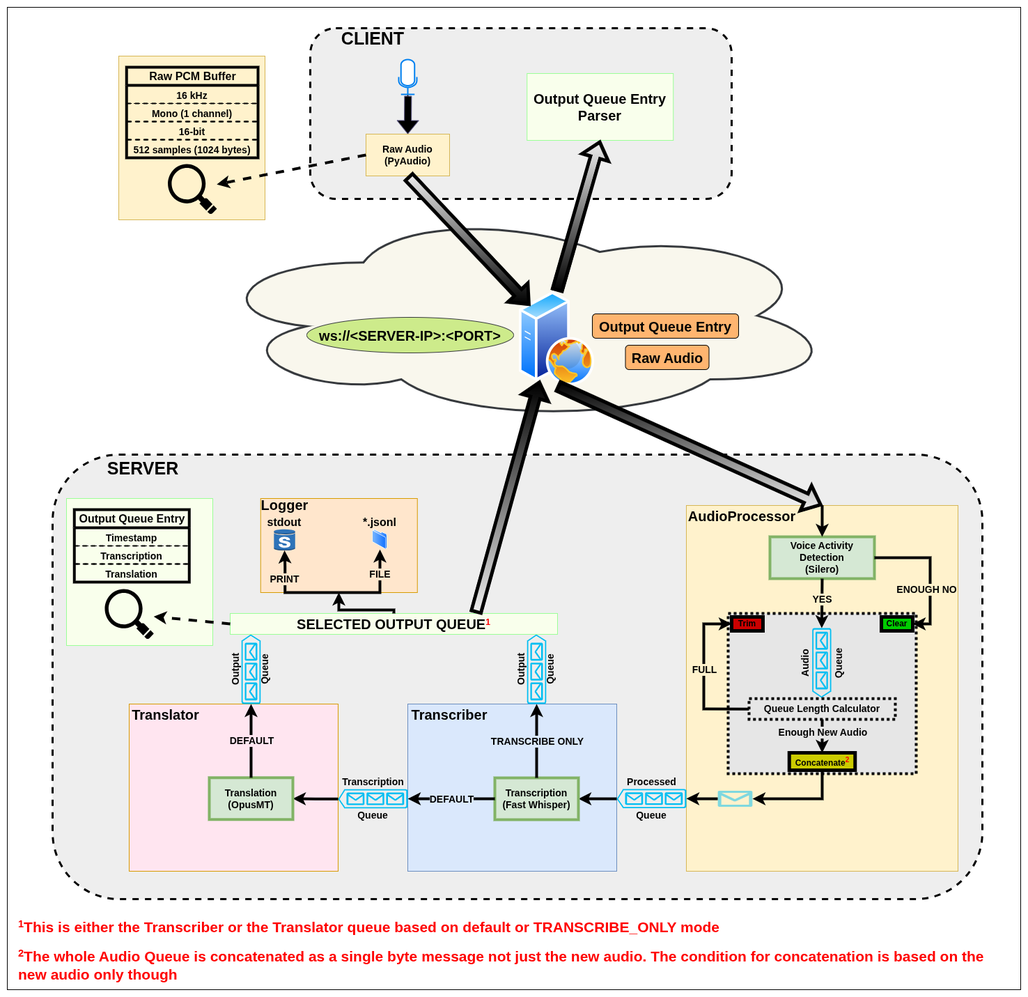
Earlier version of the draw.io export doc/live-translation-pipeline.png (AbdullahHendy/live-translation). Source tidied: cells renumbered, new cells last; positions are measured from the earlier drawing's top-left corner, leaving out a move shared by most shapes.
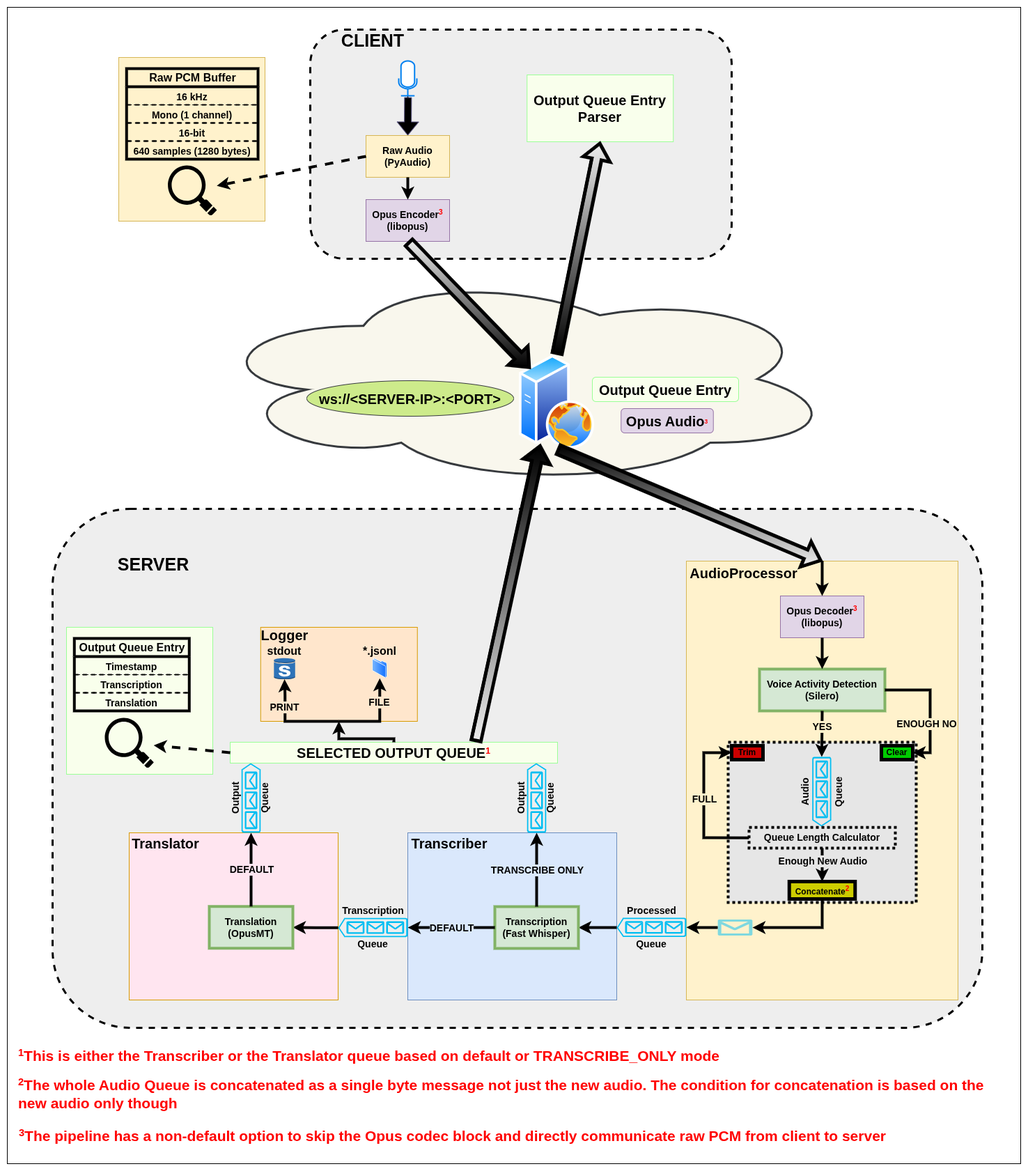
The same diagram one commit later.

Commit message:
updated pipeline diagram doc

What changed in the source:
```diff
@@ -3,22 +3,22 @@
     <mxCell id="0" />
     <mxCell id="1" parent="0" />
     <mxCell id="2" style="rounded=0;whiteSpace=wrap;html=1;" parent="1" vertex="1">
-      <mxGeometry width="1455" height="1410" as="geometry" />
+      <mxGeometry y="-185" width="1455" height="1660" as="geometry" />
     </mxCell>
     <mxCell id="3" style="rounded=1;whiteSpace=wrap;html=1;dashed=1;fillColor=#EEEEEE;strokeWidth=3;" parent="1" vertex="1">
-      <mxGeometry x="65" y="642" width="1335" height="638" as="geometry" />
+      <mxGeometry x="65" y="535" width="1335" height="745" as="geometry" />
     </mxCell>
     <mxCell id="4" style="rounded=0;whiteSpace=wrap;html=1;fillColor=#FFE5F0;strokeColor=#d79b00;fontStyle=1;" parent="1" vertex="1">
       <mxGeometry x="175" y="1000" width="300" height="240" as="geometry" />
     </mxCell>
     <mxCell id="5" style="rounded=0;whiteSpace=wrap;html=1;fillColor=#FFF2CC;strokeColor=#D6B656;fontStyle=1;" parent="1" vertex="1">
-      <mxGeometry x="975" y="715" width="390" height="525" as="geometry" />
+      <mxGeometry x="975" y="610" width="390" height="630" as="geometry" />
     </mxCell>
     <mxCell id="6" value="&lt;font style=&quot;font-size: 20px;&quot;&gt;&lt;span style=&quot;&quot;&gt;AudioProcessor&lt;/span&gt;&lt;/font&gt;" style="text;html=1;align=center;verticalAlign=middle;whiteSpace=wrap;rounded=0;fontStyle=1;" parent="1" vertex="1">
-      <mxGeometry x="995" y="715" width="120" height="30" as="geometry" />
+      <mxGeometry x="975" y="612" width="165" height="30" as="geometry" />
     </mxCell>
     <mxCell id="7" value="&lt;span&gt;&lt;font style=&quot;font-size: 14px;&quot;&gt;Voice Activity Detection&lt;br&gt;(Silero)&lt;/font&gt;&lt;/span&gt;" style="rounded=0;whiteSpace=wrap;html=1;fillColor=#d5e8d4;strokeColor=#82b366;strokeWidth=4;fontStyle=1;" parent="1" vertex="1">
-      <mxGeometry x="1095" y="760" width="150" height="60" as="geometry" />
+      <mxGeometry x="1080" y="765" width="180" height="60" as="geometry" />
     </mxCell>
     <mxCell id="8" style="rounded=0;whiteSpace=wrap;html=1;fillColor=#DAE8FC;strokeColor=#6c8ebf;fontStyle=1;" parent="1" vertex="1">
       <mxGeometry x="575" y="1000" width="300" height="240" as="geometry" />
@@ -84,7 +84,7 @@
       <mxGeometry width="225" height="135" as="geometry" />
     </mxCell>
     <mxCell id="29" value="&lt;font style=&quot;font-size: 20px;&quot;&gt;Logger&lt;/font&gt;" style="text;html=1;align=center;verticalAlign=middle;whiteSpace=wrap;rounded=0;fontStyle=1;" parent="27" vertex="1">
-      <mxGeometry x="6.7" y="-1.4" width="57.2" height="20.2" as="geometry" />
+      <mxGeometry x="6.7" y="0.6" width="57.2" height="20.2" as="geometry" />
     </mxCell>
     <mxCell id="30" style="outlineConnect=0;dashed=0;verticalLabelPosition=bottom;verticalAlign=top;align=center;html=1;shape=mxgraph.aws3.rds_db_instance_standby_multi_az;fillColor=#2E73B8;gradientColor=none;" parent="27" vertex="1">
       <mxGeometry x="19.1" y="43.9" width="30.5" height="31.1" as="geometry" />
@@ -133,7 +133,7 @@
       </mxGeometry>
     </mxCell>
     <mxCell id="40" value="&lt;b&gt;&lt;font style=&quot;font-size: 25px;&quot;&gt;SERVER&lt;/font&gt;&lt;/b&gt;" style="text;html=1;align=center;verticalAlign=middle;whiteSpace=wrap;rounded=0;" parent="1" vertex="1">
-      <mxGeometry x="145" y="642" width="100" height="38" as="geometry" />
+      <mxGeometry x="160" y="595" width="100" height="38" as="geometry" />
     </mxCell>
     <mxCell id="41" style="group;" parent="1" vertex="1">
       <mxGeometry x="85" y="705" width="210" height="211" as="geometry" />
@@ -160,16 +160,16 @@
       <mxGeometry relative="1" as="geometry" />
     </mxCell>
     <mxCell id="49" style="group;" parent="1" vertex="1">
-      <mxGeometry x="465" y="290" width="965" height="378" as="geometry" />
+      <mxGeometry x="465" y="196" width="965" height="378" as="geometry" />
     </mxCell>
     <mxCell id="50" style="ellipse;shape=cloud;whiteSpace=wrap;html=1;fillColor=#f9f7ed;strokeColor=#36393d;strokeWidth=3;" parent="49" vertex="1">
       <mxGeometry x="-180" width="905" height="305" as="geometry" />
     </mxCell>
-    <mxCell id="51" value="&lt;font style=&quot;font-size: 20px;&quot;&gt;&lt;b&gt;Output Queue Entry&lt;/b&gt;&lt;/font&gt;" style="rounded=1;whiteSpace=wrap;html=1;fillColor=#FFB570;glass=0;" parent="49" vertex="1">
+    <mxCell id="51" value="&lt;font style=&quot;font-size: 20px;&quot;&gt;&lt;b&gt;Output Queue Entry&lt;/b&gt;&lt;/font&gt;" style="rounded=1;whiteSpace=wrap;html=1;fillColor=#F9FFEC;glass=0;strokeColor=#9BFF97;" parent="49" vertex="1">
       <mxGeometry x="375" y="150" width="210" height="35" as="geometry" />
     </mxCell>
-    <mxCell id="52" value="&lt;font style=&quot;font-size: 20px;&quot;&gt;&lt;b&gt;Raw Audio&lt;/b&gt;&lt;/font&gt;" style="rounded=1;whiteSpace=wrap;html=1;fillColor=#FFB570;" parent="49" vertex="1">
-      <mxGeometry x="422.5" y="195" width="120" height="35" as="geometry" />
+    <mxCell id="52" value="&lt;font style=&quot;&quot;&gt;&lt;b style=&quot;&quot;&gt;&lt;span style=&quot;font-size: 20px;&quot;&gt;Opus Audio&lt;/span&gt;&lt;font color=&quot;#ff0000&quot;&gt;&lt;span style=&quot;font-size: 10.1273px;&quot;&gt;&lt;sup&gt;3&lt;/sup&gt;&lt;/span&gt;&lt;/font&gt;&lt;/b&gt;&lt;/font&gt;" style="rounded=1;whiteSpace=wrap;html=1;fillColor=#E1D5E7;strokeColor=#9673A6;" parent="49" vertex="1">
+      <mxGeometry x="416.2" y="195" width="132.5" height="35" as="geometry" />
     </mxCell>
     <mxCell id="53" value="&lt;b&gt;&lt;font style=&quot;font-size: 20px;&quot;&gt;ws://&amp;lt;SERVER-IP&amp;gt;:&amp;lt;PORT&amp;gt;&lt;/font&gt;&lt;/b&gt;" style="ellipse;whiteSpace=wrap;html=1;fillColor=#cdeb8b;strokeColor=#36393d;" parent="49" vertex="1">
       <mxGeometry x="-35" y="155" width="297" height="51" as="geometry" />
@@ -178,7 +178,7 @@
       <mxGeometry x="270" y="118" width="108" height="135" as="geometry" />
     </mxCell>
     <mxCell id="55" style="rounded=1;whiteSpace=wrap;html=1;fillColor=#EEEEEE;dashed=1;strokeWidth=3;" parent="1" vertex="1">
-      <mxGeometry x="435" y="30" width="605" height="245" as="geometry" />
+      <mxGeometry x="435" y="-153" width="605" height="329" as="geometry" />
     </mxCell>
     <mxCell id="56" style="shape=flexArrow;endArrow=classic;html=1;rounded=0;exitX=0.75;exitY=0;exitDx=0;exitDy=0;entryX=0.25;entryY=1;entryDx=0;entryDy=0;strokeWidth=5;fillColor=#000000;gradientColor=#EEEEEE;" parent="1" edge="1" source="38" target="54">
       <mxGeometry relative="1" as="geometry" />
@@ -187,10 +187,10 @@
       <mxGeometry relative="1" as="geometry" />
     </mxCell>
     <mxCell id="58" value="&lt;span style=&quot;font-size: 25px;&quot;&gt;&lt;b&gt;CLIENT&lt;/b&gt;&lt;/span&gt;" style="text;html=1;align=center;verticalAlign=middle;whiteSpace=wrap;rounded=0;" parent="1" vertex="1">
-      <mxGeometry x="475" y="25" width="100" height="38" as="geometry" />
+      <mxGeometry x="475" y="-157" width="100" height="38" as="geometry" />
     </mxCell>
     <mxCell id="59" style="group;" parent="1" vertex="1">
-      <mxGeometry x="515" y="75" width="120" height="167" as="geometry" />
+      <mxGeometry x="515" y="-108" width="120" height="167" as="geometry" />
     </mxCell>
     <mxCell id="60" style="html=1;verticalLabelPosition=bottom;align=center;labelBackgroundColor=#ffffff;verticalAlign=top;strokeWidth=2;strokeColor=#0080F0;shadow=0;dashed=0;shape=mxgraph.ios7.icons.microphone;fontStyle=1;" parent="59" vertex="1">
       <mxGeometry x="47" width="26" height="50" as="geometry" />
@@ -204,11 +204,8 @@
     <mxCell id="63" style="shape=flexArrow;endArrow=classic;html=1;rounded=0;exitX=0.514;exitY=1.042;exitDx=0;exitDy=0;exitPerimeter=0;fillColor=#000000;strokeColor=#56517e;fontStyle=1;entryX=0.5;entryY=0;entryDx=0;entryDy=0;" parent="59" edge="1" source="60" target="62">
       <mxGeometry relative="1" as="geometry" />
     </mxCell>
-    <mxCell id="64" style="shape=flexArrow;endArrow=classic;html=1;rounded=0;exitX=0.5;exitY=1;exitDx=0;exitDy=0;entryX=0;entryY=0;entryDx=0;entryDy=0;strokeWidth=5;fillColor=#EEEEEE;gradientColor=#000000;" parent="1" edge="1" source="62" target="54">
-      <mxGeometry relative="1" as="geometry" />
-    </mxCell>
     <mxCell id="65" value="&lt;span style=&quot;font-size: 20px;&quot;&gt;&lt;b&gt;Output Queue Entry Parser&lt;/b&gt;&lt;/span&gt;" style="rounded=0;whiteSpace=wrap;html=1;strokeColor=#9BFF97;fillColor=#F9FFEC;" parent="1" vertex="1">
-      <mxGeometry x="746.2" y="95" width="210" height="96" as="geometry" />
+      <mxGeometry x="746.2" y="-88" width="210" height="96" as="geometry" />
     </mxCell>
     <mxCell id="66" style="shape=flexArrow;endArrow=classic;html=1;rounded=0;exitX=0.5;exitY=0;exitDx=0;exitDy=0;entryX=0.5;entryY=1;entryDx=0;entryDy=0;strokeWidth=5;fillColor=#EEEEEE;gradientColor=#000000;" parent="1" edge="1" source="54" target="65">
       <mxGeometry relative="1" as="geometry" />
@@ -216,11 +213,8 @@
     <mxCell id="67" value="&lt;b style=&quot;&quot;&gt;&lt;font style=&quot;color: rgb(255, 0, 0); font-size: 17.5px;&quot;&gt;&lt;sup&gt;1&lt;/sup&gt;&lt;/font&gt;&lt;font style=&quot;color: rgb(255, 0, 0); font-size: 21px;&quot;&gt;This is either the Transcriber or the Translator queue based on default or TRANSCRIBE_ONLY mode&lt;/font&gt;&lt;/b&gt;" style="text;html=1;align=left;verticalAlign=middle;whiteSpace=wrap;rounded=0;" parent="1" vertex="1">
       <mxGeometry x="14" y="1295" width="1426" height="50" as="geometry" />
     </mxCell>
-    <mxCell id="68" style="endArrow=classic;html=1;rounded=0;entryX=0.5;entryY=0;entryDx=0;entryDy=0;exitX=0.5;exitY=0;exitDx=0;exitDy=0;strokeWidth=4;fontStyle=1;" parent="1" edge="1" source="5" target="7">
-      <mxGeometry relative="1" as="geometry" />
-    </mxCell>
     <mxCell id="69" style="group;" parent="1" vertex="1">
-      <mxGeometry x="160" y="70" width="210" height="235" as="geometry" />
+      <mxGeometry x="160" y="-113" width="210" height="235" as="geometry" />
     </mxCell>
     <mxCell id="70" style="rounded=0;whiteSpace=wrap;html=1;fillColor=#FFF2CC;strokeColor=#D6B656;" parent="69" vertex="1">
       <mxGeometry width="210" height="235" as="geometry" />
@@ -237,7 +231,7 @@
     <mxCell id="74" value="&lt;font style=&quot;font-size: 14px;&quot;&gt;&lt;b&gt;16-bit&lt;/b&gt;&lt;/font&gt;" style="text;strokeColor=default;fillColor=none;align=center;verticalAlign=top;spacingLeft=4;spacingRight=4;overflow=hidden;whiteSpace=wrap;html=1;dashed=1;strokeWidth=2;" parent="71" vertex="1">
       <mxGeometry y="78" width="188.7" height="26" as="geometry" />
     </mxCell>
-    <mxCell id="75" value="&lt;font style=&quot;font-size: 14px;&quot;&gt;&lt;b&gt;512 samples (1024 bytes)&lt;/b&gt;&lt;/font&gt;" style="text;strokeColor=default;fillColor=none;align=center;verticalAlign=top;spacingLeft=4;spacingRight=4;overflow=hidden;whiteSpace=wrap;html=1;dashed=1;strokeWidth=2;" parent="71" vertex="1">
+    <mxCell id="75" value="&lt;font style=&quot;font-size: 14px;&quot;&gt;&lt;b&gt;640 samples (1280 bytes)&lt;/b&gt;&lt;/font&gt;" style="text;strokeColor=default;fillColor=none;align=center;verticalAlign=top;spacingLeft=4;spacingRight=4;overflow=hidden;whiteSpace=wrap;html=1;dashed=1;strokeWidth=2;" parent="71" vertex="1">
       <mxGeometry y="104" width="188.7" height="26" as="geometry" />
     </mxCell>
     <mxCell id="76" style="shadow=0;dashed=0;html=1;strokeColor=none;fillColor=#000000;labelPosition=center;verticalLabelPosition=bottom;verticalAlign=top;align=center;outlineConnect=0;shape=mxgraph.veeam.magnifying_glass;rotation=0;" parent="69" vertex="1">
@@ -276,14 +270,14 @@
     <mxCell id="87" style="endArrow=classic;html=1;rounded=0;exitX=1;exitY=0.5;exitDx=0;exitDy=0;entryX=1;entryY=0.5;entryDx=0;entryDy=0;strokeWidth=4;fontStyle=1;" parent="1" edge="1" source="7" target="91">
       <mxGeometry relative="1" as="geometry">
         <Array as="points">
-          <mxPoint x="1325" y="790" />
+          <mxPoint x="1325" y="795" />
           <mxPoint x="1325" y="885" />
         </Array>
       </mxGeometry>
     </mxCell>
     <mxCell id="88" value="&lt;span&gt;ENOUGH NO&lt;/span&gt;" style="edgeLabel;html=1;align=center;verticalAlign=middle;labelBackgroundColor=#FFF2CC;fontSize=14;fontStyle=1;" parent="87" vertex="1">
       <mxGeometry relative="1" as="geometry">
-        <mxPoint x="-6" y="25" as="offset" />
+        <mxPoint x="-6" y="24" as="offset" />
       </mxGeometry>
     </mxCell>
     <mxCell id="89" style="endArrow=classic;html=1;rounded=0;exitX=0;exitY=0.5;exitDx=0;exitDy=0;entryX=0;entryY=0.5;entryDx=0;entryDy=0;strokeWidth=4;fontStyle=1;" parent="1" edge="1" source="97" target="96">
@@ -348,8 +342,29 @@
     </mxCell>
     <mxCell id="106" value="&lt;span&gt;YES&lt;/span&gt;" style="edgeLabel;html=1;align=center;verticalAlign=middle;labelBackgroundColor=#FFF2CC;fontSize=14;fontStyle=1;" parent="105" vertex="1">
       <mxGeometry relative="1" as="geometry">
-        <mxPoint y="-6" as="offset" />
+        <mxPoint y="-11" as="offset" />
       </mxGeometry>
     </mxCell>
+    <mxCell id="107" value="&lt;b&gt;&lt;font style=&quot;font-size: 14px;&quot;&gt;Opus Encoder&lt;/font&gt;&lt;font color=&quot;#ff0000&quot; style=&quot;font-size: 12.1528px;&quot;&gt;&lt;sup&gt;3&lt;/sup&gt;&lt;/font&gt;&lt;/b&gt;&lt;b&gt;&lt;font style=&quot;font-size: 14px;&quot;&gt;&lt;br&gt;(libopus)&lt;/font&gt;&lt;/b&gt;" style="rounded=0;whiteSpace=wrap;html=1;fillColor=#E1D5E7;strokeColor=#9673A6;" parent="1" vertex="1">
+      <mxGeometry x="515" y="91" width="120" height="60" as="geometry" />
+    </mxCell>
+    <mxCell id="108" style="endArrow=classic;html=1;rounded=0;entryX=0.5;entryY=0;entryDx=0;entryDy=0;exitX=0.5;exitY=1;exitDx=0;exitDy=0;strokeWidth=4;fontStyle=1;" parent="1" edge="1" source="62" target="107">
+      <mxGeometry relative="1" as="geometry" />
+    </mxCell>
+    <mxCell id="64" style="shape=flexArrow;endArrow=classic;html=1;rounded=0;entryX=0;entryY=0;entryDx=0;entryDy=0;strokeWidth=5;fillColor=#EEEEEE;gradientColor=#000000;exitX=0.5;exitY=1;exitDx=0;exitDy=0;" parent="1" edge="1" source="107" target="54">
+      <mxGeometry relative="1" as="geometry" />
+    </mxCell>
+    <mxCell id="109" value="&lt;b&gt;&lt;font style=&quot;font-size: 14px;&quot;&gt;Opus Decoder&lt;/font&gt;&lt;font color=&quot;#ff0000&quot; style=&quot;font-size: 12.1528px;&quot;&gt;&lt;sup&gt;3&lt;/sup&gt;&lt;/font&gt;&lt;/b&gt;&lt;b&gt;&lt;font style=&quot;font-size: 14px;&quot;&gt;&lt;br&gt;(libopus)&lt;/font&gt;&lt;/b&gt;" style="rounded=0;whiteSpace=wrap;html=1;fillColor=#E1D5E7;strokeColor=#9673A6;" parent="1" vertex="1">
+      <mxGeometry x="1110" y="660" width="120" height="60" as="geometry" />
+    </mxCell>
+    <mxCell id="68" style="endArrow=classic;html=1;rounded=0;entryX=0.5;entryY=0;entryDx=0;entryDy=0;exitX=0.5;exitY=0;exitDx=0;exitDy=0;strokeWidth=4;fontStyle=1;" parent="1" edge="1" source="5" target="109">
+      <mxGeometry relative="1" as="geometry" />
+    </mxCell>
+    <mxCell id="110" style="endArrow=classic;html=1;rounded=0;entryX=0.5;entryY=0;entryDx=0;entryDy=0;exitX=0.5;exitY=1;exitDx=0;exitDy=0;strokeWidth=4;fontStyle=1;" parent="1" edge="1" source="109" target="7">
+      <mxGeometry relative="1" as="geometry" />
+    </mxCell>
+    <mxCell id="111" value="&lt;b style=&quot;&quot;&gt;&lt;font style=&quot;color: rgb(255, 0, 0); font-size: 17.5px;&quot;&gt;&lt;sup&gt;3&lt;/sup&gt;&lt;/font&gt;&lt;font style=&quot;color: rgb(255, 0, 0); font-size: 21px;&quot;&gt;The pipeline has a non-default option to skip the Opus codec block and directly communicate raw PCM from client to server&lt;/font&gt;&lt;/b&gt;" style="text;html=1;align=left;verticalAlign=middle;whiteSpace=wrap;rounded=0;" parent="1" vertex="1">
+      <mxGeometry x="15" y="1410" width="1427" height="50" as="geometry" />
+    </mxCell>
   </root>
 </mxGraphModel>
```
